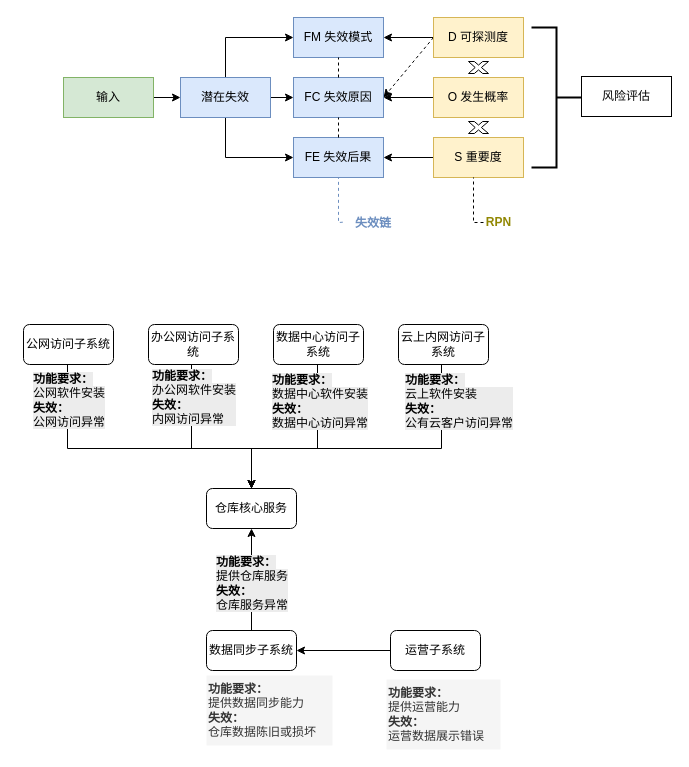
Above: 失效评估模型.drawio in 89ao/rss2cubox (draw.io), before the change. Source tidied: cells renumbered, new cells numbered last; positions are measured from the earlier drawing's top-left corner, leaving out a move shared by most shapes. Both pictures are drawn from the tidied source at 100%, with x=0, y=0 at pixel (23, 17).
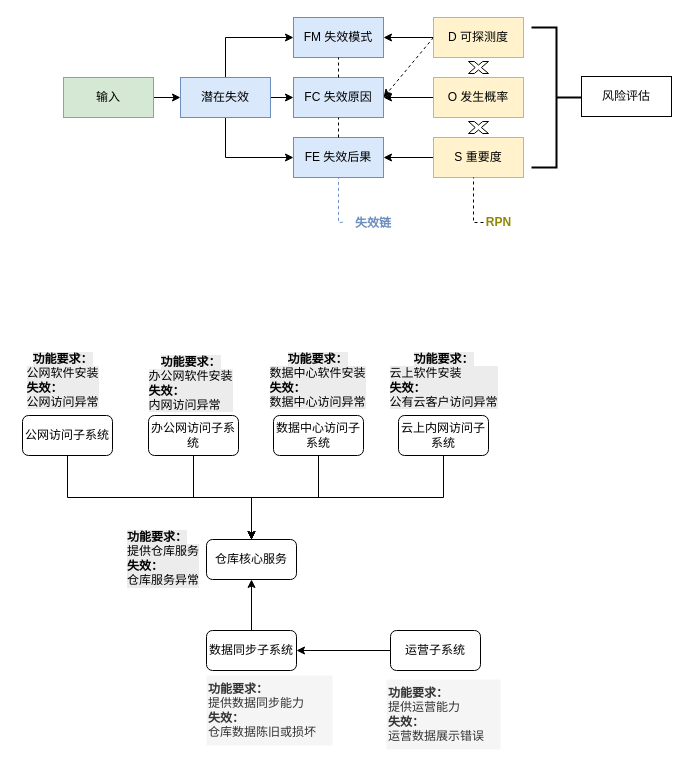
The same page after the edit.

Commit message:
更新失效评估模型.drawio

Unchanged cells that the change refers to:
```xml
<mxCell id="41" style="edgeStyle=orthogonalEdgeStyle;rounded=0;jettySize=auto;html=1;exitX=0.5;exitY=0;exitDx=0;exitDy=0;entryX=0.5;entryY=1;entryDx=0;entryDy=0;" parent="1" edge="1" source="43" target="40">
  <mxGeometry relative="1" as="geometry" />
</mxCell>
```

Diff of the diagram source:
```diff
@@
-    <mxCell id="28" style="rounded=0;jettySize=auto;html=1;exitX=0.5;exitY=1;exitDx=0;exitDy=0;edgeStyle=orthogonalEdgeStyle;" parent="1" edge="1" source="30" target="40">
-      <mxGeometry relative="1" as="geometry">
-        <Array as="points">
-          <mxPoint x="44" y="347" />
-          <mxPoint x="44" y="431" />
-          <mxPoint x="228" y="431" />
-        </Array>
-      </mxGeometry>
+    <mxCell id="28" style="edgeStyle=orthogonalEdgeStyle;rounded=0;jettySize=auto;html=1;exitX=0.5;exitY=1;exitDx=0;exitDy=0;entryX=0.5;entryY=0;entryDx=0;entryDy=0;" parent="1" edge="1" source="30" target="40">
+      <mxGeometry relative="1" as="geometry" />
     </mxCell>
-    <mxCell id="29" value="&lt;b style=&quot;font-size: 12px; background-color: rgb(236, 236, 236);&quot;&gt;功能要求：&lt;/b&gt;&lt;div style=&quot;font-size: 12px; background-color: rgb(236, 236, 236);&quot;&gt;公网软件安装&lt;/div&gt;&lt;div style=&quot;font-size: 12px; background-color: rgb(236, 236, 236);&quot;&gt;&lt;b&gt;失效：&lt;/b&gt;&lt;/div&gt;&lt;div style=&quot;font-size: 12px; background-color: rgb(236, 236, 236);&quot;&gt;公网访问异常&lt;/div&gt;" style="edgeLabel;html=1;align=left;verticalAlign=middle;" parent="28" vertex="1">
-      <mxGeometry x="-0.8" y="4" relative="1" as="geometry">
-        <mxPoint x="-40" y="5" as="offset" />
-      </mxGeometry>
-    </mxCell>
     <mxCell id="30" value="公网访问子系统" style="rounded=1;whiteSpace=wrap;html=1;glass=0;shadow=0;" parent="1" vertex="1">
-      <mxGeometry y="307" width="90" height="40" as="geometry" />
+      <mxGeometry x="-1" y="398" width="90" height="40" as="geometry" />
     </mxCell>
-    <mxCell id="31" style="rounded=0;jettySize=auto;html=1;exitX=0.5;exitY=1;exitDx=0;exitDy=0;entryX=0.5;entryY=0;entryDx=0;entryDy=0;edgeStyle=orthogonalEdgeStyle;" parent="1" edge="1" source="33" target="40">
-      <mxGeometry relative="1" as="geometry">
-        <Array as="points">
-          <mxPoint x="168" y="347" />
-          <mxPoint x="168" y="431" />
-          <mxPoint x="228" y="431" />
-        </Array>
-      </mxGeometry>
+    <mxCell id="31" style="edgeStyle=orthogonalEdgeStyle;rounded=0;jettySize=auto;html=1;exitX=0.5;exitY=1;exitDx=0;exitDy=0;entryX=0.5;entryY=0;entryDx=0;entryDy=0;" parent="1" edge="1" source="33" target="40">
+      <mxGeometry relative="1" as="geometry" />
     </mxCell>
-    <mxCell id="32" value="&lt;b style=&quot;font-size: 12px; background-color: rgb(236, 236, 236);&quot;&gt;功能要求：&lt;/b&gt;&lt;div style=&quot;font-size: 12px; background-color: rgb(236, 236, 236);&quot;&gt;办公网软件安装&lt;/div&gt;&lt;div style=&quot;font-size: 12px; background-color: rgb(236, 236, 236);&quot;&gt;&lt;b&gt;失效：&lt;/b&gt;&lt;/div&gt;&lt;div style=&quot;font-size: 12px; background-color: rgb(236, 236, 236);&quot;&gt;内网访问异常&lt;/div&gt;" style="edgeLabel;html=1;align=left;verticalAlign=middle;" parent="31" vertex="1">
-      <mxGeometry x="-0.66" relative="1" as="geometry">
-        <mxPoint x="-41" y="2" as="offset" />
-      </mxGeometry>
-    </mxCell>
     <mxCell id="33" value="办公网访问子系统" style="rounded=1;whiteSpace=wrap;html=1;glass=0;shadow=0;" parent="1" vertex="1">
-      <mxGeometry x="125" y="307" width="90" height="40" as="geometry" />
+      <mxGeometry x="125" y="398" width="90" height="40" as="geometry" />
     </mxCell>
-    <mxCell id="34" style="rounded=0;jettySize=auto;html=1;exitX=0.5;exitY=1;exitDx=0;exitDy=0;entryX=0.5;entryY=0;entryDx=0;entryDy=0;edgeStyle=orthogonalEdgeStyle;" parent="1" edge="1" source="36" target="40">
-      <mxGeometry relative="1" as="geometry">
-        <Array as="points">
-          <mxPoint x="294" y="431" />
-          <mxPoint x="228" y="431" />
-        </Array>
-      </mxGeometry>
+    <mxCell id="34" style="edgeStyle=orthogonalEdgeStyle;rounded=0;jettySize=auto;html=1;exitX=0.5;exitY=1;exitDx=0;exitDy=0;entryX=0.5;entryY=0;entryDx=0;entryDy=0;" parent="1" edge="1" source="36" target="40">
+      <mxGeometry relative="1" as="geometry" />
     </mxCell>
-    <mxCell id="35" value="&lt;b style=&quot;font-size: 12px; background-color: rgb(236, 236, 236);&quot;&gt;功能要求：&lt;/b&gt;&lt;div style=&quot;font-size: 12px; background-color: rgb(236, 236, 236);&quot;&gt;数据中心软件安装&lt;/div&gt;&lt;div style=&quot;font-size: 12px; background-color: rgb(236, 236, 236);&quot;&gt;&lt;b&gt;失效：&lt;/b&gt;&lt;/div&gt;&lt;div style=&quot;font-size: 12px; background-color: rgb(236, 236, 236);&quot;&gt;数据中心访问异常&lt;/div&gt;" style="edgeLabel;html=1;align=left;verticalAlign=middle;" parent="34" vertex="1">
-      <mxGeometry x="-0.79" y="-3" relative="1" as="geometry">
-        <mxPoint x="-44" y="17" as="offset" />
-      </mxGeometry>
-    </mxCell>
     <mxCell id="36" value="数据中心访问子系统" style="rounded=1;whiteSpace=wrap;html=1;glass=0;shadow=0;" parent="1" vertex="1">
-      <mxGeometry x="250" y="307" width="90" height="40" as="geometry" />
+      <mxGeometry x="250" y="398" width="90" height="40" as="geometry" />
     </mxCell>
-    <mxCell id="37" style="rounded=0;jettySize=auto;html=1;exitX=0.5;exitY=1;exitDx=0;exitDy=0;entryX=0.5;entryY=0;entryDx=0;entryDy=0;edgeStyle=orthogonalEdgeStyle;" parent="1" edge="1" source="39" target="40">
-      <mxGeometry relative="1" as="geometry">
-        <Array as="points">
-          <mxPoint x="418" y="431" />
-          <mxPoint x="228" y="431" />
-        </Array>
-      </mxGeometry>
+    <mxCell id="37" style="edgeStyle=orthogonalEdgeStyle;rounded=0;jettySize=auto;html=1;exitX=0.5;exitY=1;exitDx=0;exitDy=0;entryX=0.5;entryY=0;entryDx=0;entryDy=0;" parent="1" edge="1" source="39" target="40">
+      <mxGeometry relative="1" as="geometry" />
     </mxCell>
-    <mxCell id="38" value="&lt;b style=&quot;font-size: 12px; background-color: rgb(236, 236, 236);&quot;&gt;功能要求：&lt;/b&gt;&lt;div style=&quot;font-size: 12px; background-color: rgb(236, 236, 236);&quot;&gt;云上软件安装&lt;/div&gt;&lt;div style=&quot;font-size: 12px; background-color: rgb(236, 236, 236);&quot;&gt;&lt;b&gt;失效：&lt;/b&gt;&lt;/div&gt;&lt;div style=&quot;font-size: 12px; background-color: rgb(236, 236, 236);&quot;&gt;公有云客户访问异常&lt;/div&gt;" style="edgeLabel;html=1;align=left;verticalAlign=middle;" parent="37" vertex="1">
-      <mxGeometry x="-0.83" y="3" relative="1" as="geometry">
-        <mxPoint x="-41" y="11" as="offset" />
-      </mxGeometry>
-    </mxCell>
     <mxCell id="39" value="云上内网访问子系统" style="rounded=1;whiteSpace=wrap;html=1;glass=0;shadow=0;" parent="1" vertex="1">
-      <mxGeometry x="375" y="307" width="90" height="40" as="geometry" />
+      <mxGeometry x="375" y="398" width="90" height="40" as="geometry" />
     </mxCell>
     <mxCell id="40" value="仓库核心服务" style="rounded=1;whiteSpace=wrap;html=1;glass=0;shadow=0;" parent="1" vertex="1">
-      <mxGeometry x="183" y="471" width="90" height="40" as="geometry" />
+      <mxGeometry x="183" y="522" width="90" height="40" as="geometry" />
     </mxCell>
@@
-    <mxCell id="42" value="&lt;b style=&quot;font-size: 12px; background-color: rgb(236, 236, 236);&quot;&gt;功能要求：&lt;/b&gt;&lt;div style=&quot;font-size: 12px; background-color: rgb(236, 236, 236);&quot;&gt;提供仓库服务&lt;/div&gt;&lt;div style=&quot;font-size: 12px; background-color: rgb(236, 236, 236);&quot;&gt;&lt;b&gt;失效：&lt;/b&gt;&lt;/div&gt;&lt;div style=&quot;font-size: 12px; background-color: rgb(236, 236, 236);&quot;&gt;仓库服务异常&lt;/div&gt;" style="edgeLabel;html=1;align=left;verticalAlign=middle;" parent="41" vertex="1">
-      <mxGeometry x="0.28" y="-3" relative="1" as="geometry">
-        <mxPoint x="-40" y="17" as="offset" />
-      </mxGeometry>
-    </mxCell>
@@
+    <mxCell id="29" value="&lt;b style=&quot;text-align: left; background-color: rgb(236, 236, 236);&quot;&gt;功能要求：&lt;/b&gt;&lt;div style=&quot;text-align: left; background-color: rgb(236, 236, 236);&quot;&gt;公网软件安装&lt;/div&gt;&lt;div style=&quot;text-align: left; background-color: rgb(236, 236, 236);&quot;&gt;&lt;b&gt;失效：&lt;/b&gt;&lt;/div&gt;&lt;div style=&quot;text-align: left; background-color: rgb(236, 236, 236);&quot;&gt;公网访问异常&lt;/div&gt;" style="text;html=1;align=center;verticalAlign=middle;strokeColor=none;fillColor=none;" parent="1" vertex="1">
+      <mxGeometry x="-6" y="328" width="90" height="70" as="geometry" />
+    </mxCell>
+    <mxCell id="32" value="&lt;b style=&quot;text-align: left; background-color: rgb(236, 236, 236);&quot;&gt;功能要求：&lt;/b&gt;&lt;div style=&quot;text-align: left; background-color: rgb(236, 236, 236);&quot;&gt;办公网软件安装&lt;/div&gt;&lt;div style=&quot;text-align: left; background-color: rgb(236, 236, 236);&quot;&gt;&lt;b&gt;失效：&lt;/b&gt;&lt;/div&gt;&lt;div style=&quot;text-align: left; background-color: rgb(236, 236, 236);&quot;&gt;内网访问异常&lt;/div&gt;" style="text;html=1;align=center;verticalAlign=middle;strokeColor=none;fillColor=none;" parent="1" vertex="1">
+      <mxGeometry x="116" y="331" width="102" height="70" as="geometry" />
+    </mxCell>
+    <mxCell id="35" value="&lt;b style=&quot;text-align: left; background-color: rgb(236, 236, 236);&quot;&gt;功能要求：&lt;/b&gt;&lt;div style=&quot;text-align: left; background-color: rgb(236, 236, 236);&quot;&gt;数据中心软件安装&lt;/div&gt;&lt;div style=&quot;text-align: left; background-color: rgb(236, 236, 236);&quot;&gt;&lt;b&gt;失效：&lt;/b&gt;&lt;/div&gt;&lt;div style=&quot;text-align: left; background-color: rgb(236, 236, 236);&quot;&gt;数据中心访问异常&lt;/div&gt;" style="text;html=1;align=center;verticalAlign=middle;strokeColor=none;fillColor=none;" parent="1" vertex="1">
+      <mxGeometry x="237" y="328" width="114" height="70" as="geometry" />
+    </mxCell>
+    <mxCell id="38" value="&lt;b style=&quot;text-align: left; background-color: rgb(236, 236, 236);&quot;&gt;功能要求：&lt;/b&gt;&lt;div style=&quot;text-align: left; background-color: rgb(236, 236, 236);&quot;&gt;云上软件安装&lt;/div&gt;&lt;div style=&quot;text-align: left; background-color: rgb(236, 236, 236);&quot;&gt;&lt;b&gt;失效：&lt;/b&gt;&lt;/div&gt;&lt;div style=&quot;text-align: left; background-color: rgb(236, 236, 236);&quot;&gt;公有云客户访问异常&lt;/div&gt;" style="text;html=1;align=center;verticalAlign=middle;strokeColor=none;fillColor=none;" parent="1" vertex="1">
+      <mxGeometry x="357" y="328" width="126" height="70" as="geometry" />
+    </mxCell>
+    <mxCell id="42" value="&lt;b style=&quot;forced-color-adjust: none; color: rgb(0, 0, 0); font-family: Helvetica; font-style: normal; font-variant-ligatures: normal; font-variant-caps: normal; letter-spacing: normal; orphans: 2; text-align: left; text-indent: 0px; text-transform: none; widows: 2; word-spacing: 0px; -webkit-text-stroke-width: 0px; white-space: nowrap; text-decoration-thickness: initial; text-decoration-style: initial; text-decoration-color: initial; font-size: 12px; background-color: light-dark(rgb(236, 236, 236), rgb(34, 34, 34));&quot;&gt;功能要求：&lt;/b&gt;&lt;div style=&quot;forced-color-adjust: none; color: rgb(0, 0, 0); font-family: Helvetica; font-style: normal; font-variant-ligatures: normal; font-variant-caps: normal; font-weight: 400; letter-spacing: normal; orphans: 2; text-align: left; text-indent: 0px; text-transform: none; widows: 2; word-spacing: 0px; -webkit-text-stroke-width: 0px; white-space: nowrap; text-decoration-thickness: initial; text-decoration-style: initial; text-decoration-color: initial; font-size: 12px; background-color: light-dark(rgb(236, 236, 236), rgb(34, 34, 34));&quot;&gt;提供仓库服务&lt;/div&gt;&lt;div style=&quot;forced-color-adjust: none; color: rgb(0, 0, 0); font-family: Helvetica; font-style: normal; font-variant-ligatures: normal; font-variant-caps: normal; font-weight: 400; letter-spacing: normal; orphans: 2; text-align: left; text-indent: 0px; text-transform: none; widows: 2; word-spacing: 0px; -webkit-text-stroke-width: 0px; white-space: nowrap; text-decoration-thickness: initial; text-decoration-style: initial; text-decoration-color: initial; font-size: 12px; background-color: light-dark(rgb(236, 236, 236), rgb(34, 34, 34));&quot;&gt;&lt;b style=&quot;forced-color-adjust: none;&quot;&gt;失效：&lt;/b&gt;&lt;/div&gt;&lt;div style=&quot;forced-color-adjust: none; color: rgb(0, 0, 0); font-family: Helvetica; font-style: normal; font-variant-ligatures: normal; font-variant-caps: normal; font-weight: 400; letter-spacing: normal; orphans: 2; text-align: left; text-indent: 0px; text-transform: none; widows: 2; word-spacing: 0px; -webkit-text-stroke-width: 0px; white-space: nowrap; text-decoration-thickness: initial; text-decoration-style: initial; text-decoration-color: initial; font-size: 12px; background-color: light-dark(rgb(236, 236, 236), rgb(34, 34, 34));&quot;&gt;仓库服务异常&lt;/div&gt;" style="text;whiteSpace=wrap;html=1;" parent="1" vertex="1">
+      <mxGeometry x="102" y="506" width="100" height="80" as="geometry" />
+    </mxCell>
```
